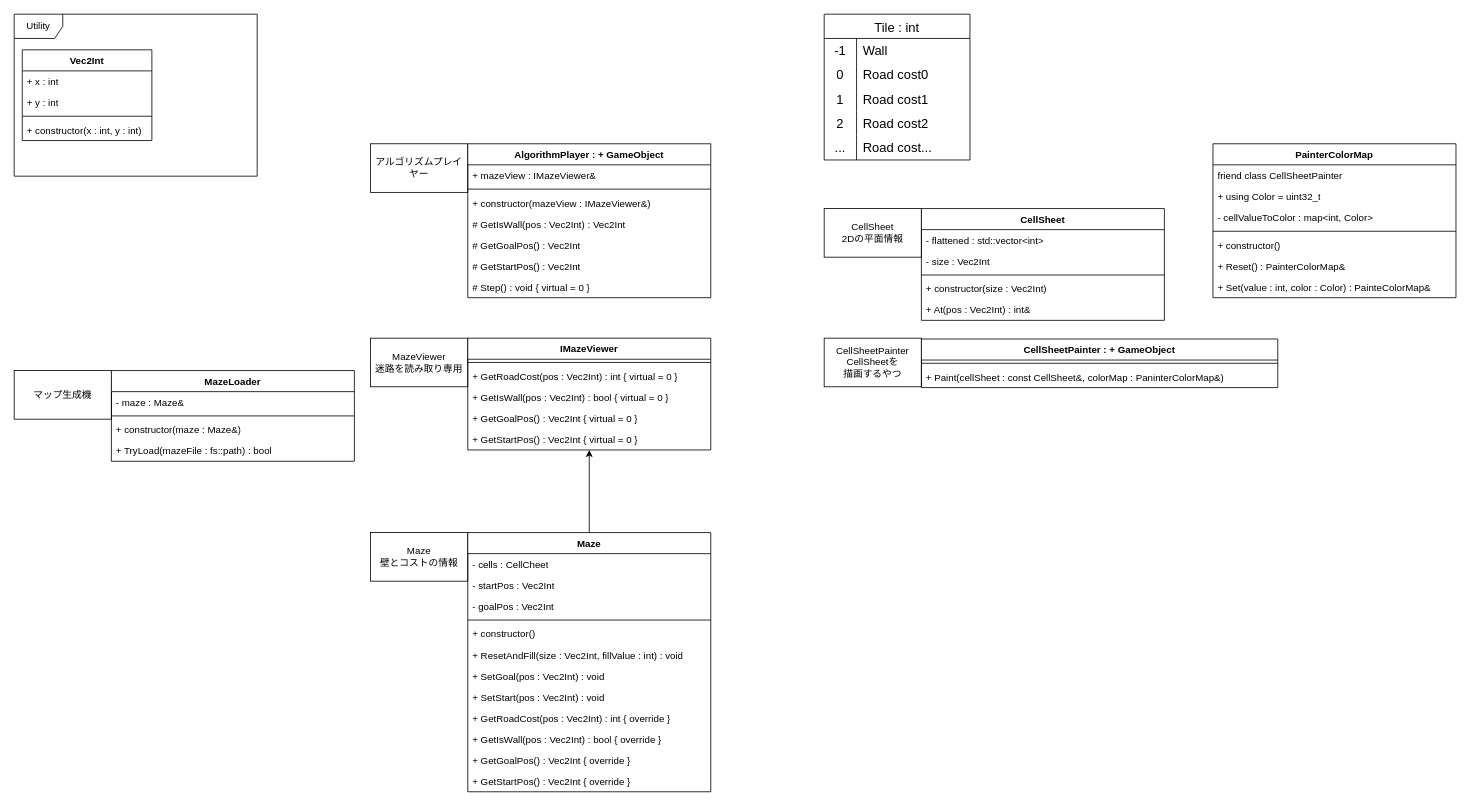
Before: doc/アルゴシミュ仕様設計.drawio in 3doriTea/ExploringAlgorithms, a draw.io diagram. Source tidied: cells renumbered, new cells numbered last; positions are measured from the earlier drawing's top-left corner, leaving out a move shared by most shapes. Both pictures are drawn from the tidied source at 81%, with x=0, y=0 at pixel (14, 14).
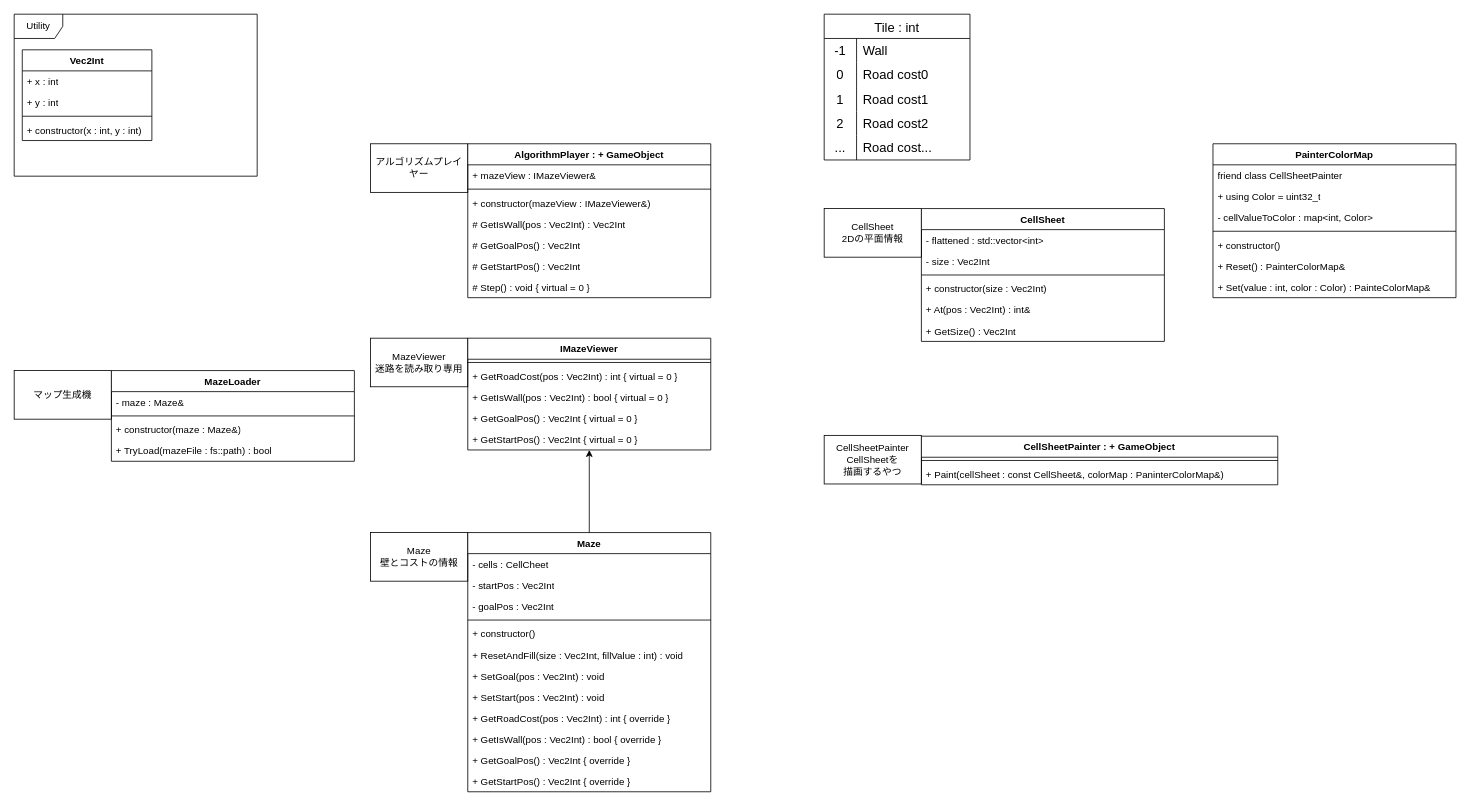
Above is the later version.

Commit message:
アルゴシミュ仕様設計.drawio を更新します

What changed in the source:
```diff
@@
     <mxCell id="15" value="CellSheet" style="swimlane;fontStyle=1;align=center;verticalAlign=top;horizontal=1;startSize=26;whiteSpace=wrap;html=1;" parent="1" vertex="1">
-      <mxGeometry x="1120" y="240" width="300" height="138" as="geometry" />
+      <mxGeometry x="1120" y="240" width="300" height="164" as="geometry" />
     </mxCell>
@@
+    <mxCell id="80" value="+ GetSize() : Vec2Int" style="text;strokeColor=none;fillColor=none;align=left;verticalAlign=top;spacingLeft=4;spacingRight=4;overflow=hidden;whiteSpace=wrap;html=1;" parent="15" vertex="1">
+      <mxGeometry y="138" width="300" height="26" as="geometry" />
+    </mxCell>
@@
     <mxCell id="68" value="&lt;div&gt;CellSheetPainter&lt;/div&gt;CellSheetを&lt;div&gt;描画するやつ&lt;/div&gt;" style="rounded=0;whiteSpace=wrap;html=1;" parent="1" vertex="1">
-      <mxGeometry x="1000" y="400" width="120" height="60" as="geometry" />
+      <mxGeometry x="1000" y="520" width="120" height="60" as="geometry" />
     </mxCell>
     <mxCell id="69" value="CellSheetPainter : + GameObject" style="swimlane;fontStyle=1;align=center;verticalAlign=top;horizontal=1;startSize=26;whiteSpace=wrap;html=1;" parent="1" vertex="1">
-      <mxGeometry x="1120" y="401" width="440" height="60" as="geometry" />
+      <mxGeometry x="1120" y="521" width="440" height="60" as="geometry" />
     </mxCell>
```
